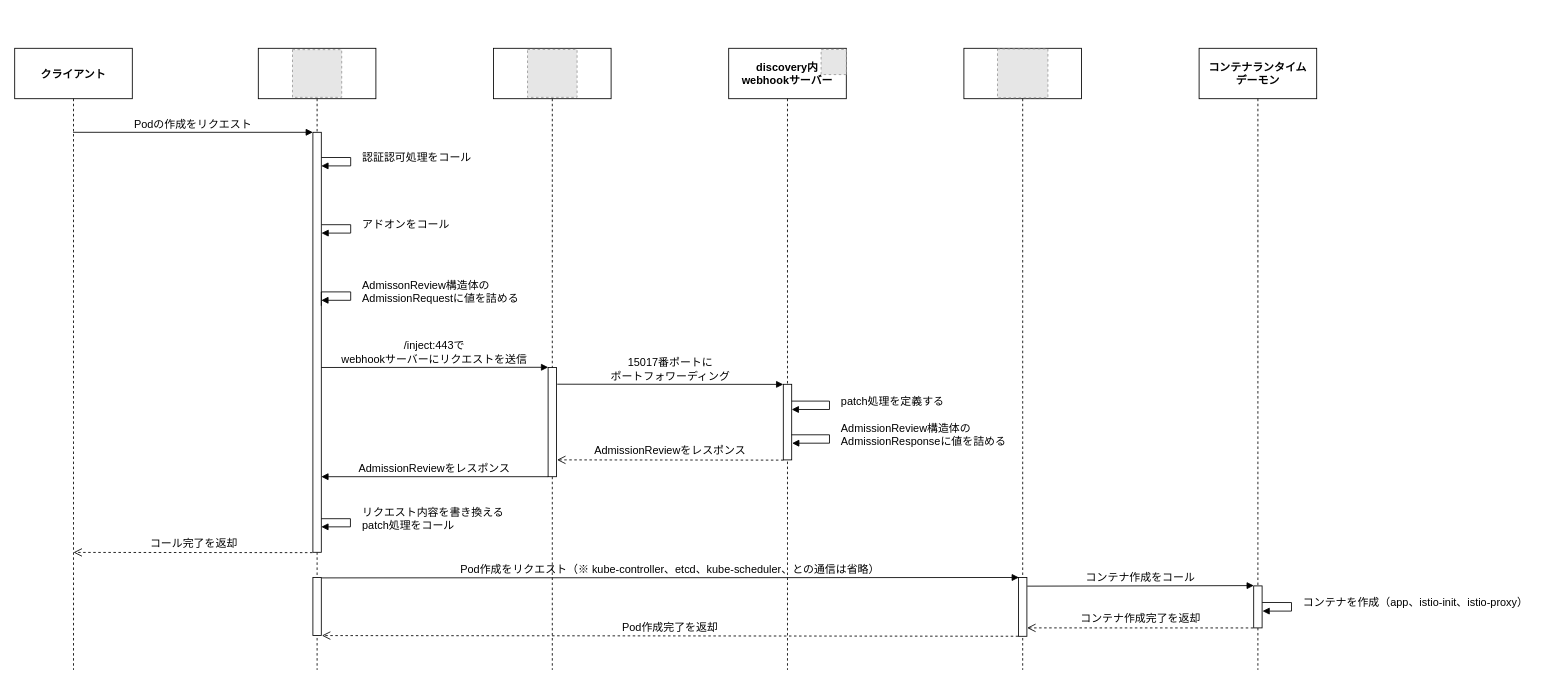
Above: page "istio_container-injection_flow" (4 of 4) of images/drawio/istio/service-mesh_layer.drawio in hiroki-it/tech-notebook_old (draw.io), before the change. Source tidied: cells renumbered, new cells numbered last; positions are measured from the earlier drawing's top-left corner, leaving out a move shared by most shapes. Both pictures are drawn from the tidied source at 84%, with x=0, y=0 at pixel (14, 48). Pictures stored in the file or linked from it are replaced by grey dashed boxes.
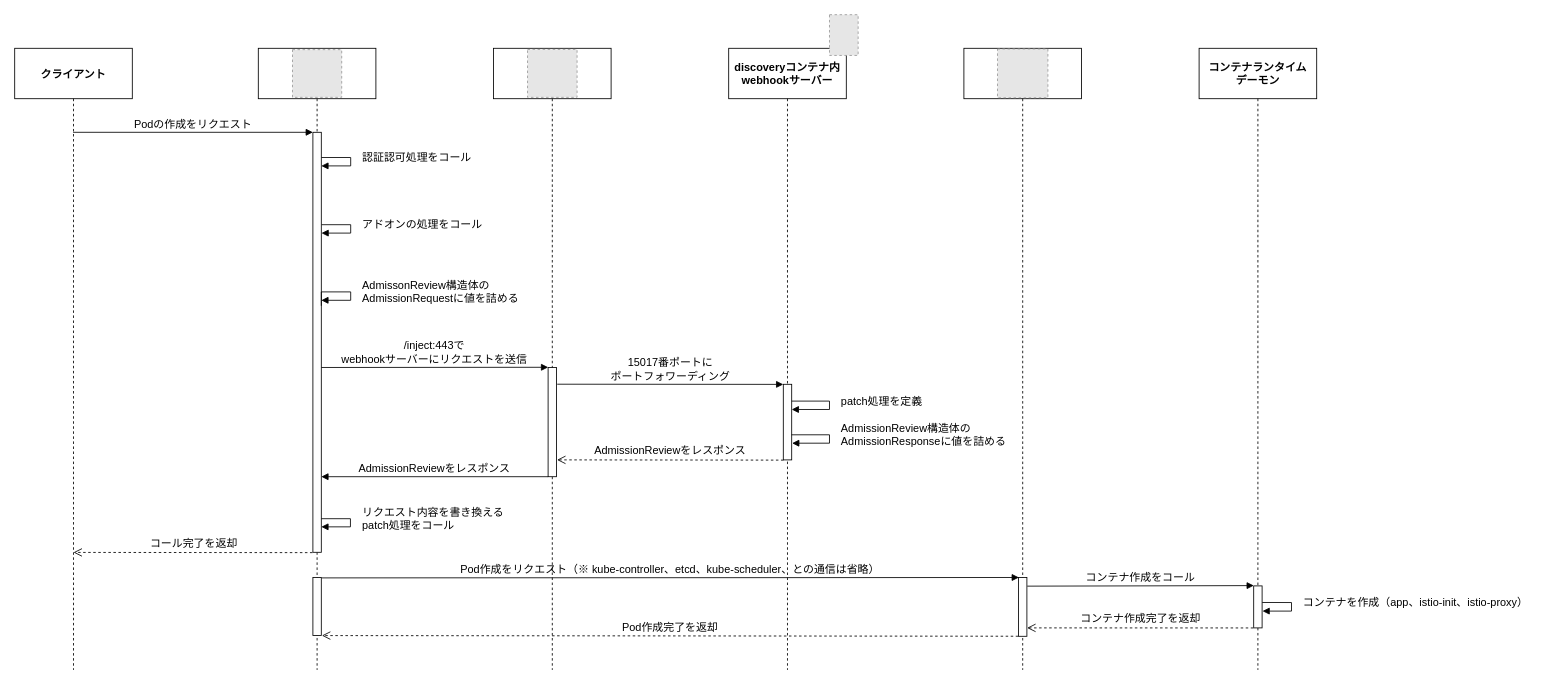
Above is the later version.

Unchanged cells that the change refers to:
```xml
<mxCell id="16" style="points=[];perimeter=orthogonalPerimeter;rounded=0;shadow=0;strokeWidth=1;labelBackgroundColor=none;fontSize=13;" parent="1" vertex="1">
  <mxGeometry x="355" y="100" width="10" height="500" as="geometry" />
</mxCell>
<mxCell id="24" style="points=[];perimeter=orthogonalPerimeter;rounded=0;shadow=0;strokeWidth=1;labelBackgroundColor=none;fontSize=13;" parent="1" vertex="1">
  <mxGeometry x="915" y="400" width="10" height="90" as="geometry" />
</mxCell>
```

The edit, as a diff of the source:
```diff
@@
-    <mxCell id="18" value="アドオンをコール" style="edgeStyle=orthogonalEdgeStyle;html=1;align=left;spacingLeft=2;endArrow=block;rounded=0;entryX=1.021;entryY=0.24;entryDx=0;entryDy=0;entryPerimeter=0;labelBackgroundColor=none;fontColor=default;exitX=1.036;exitY=0.22;exitDx=0;exitDy=0;exitPerimeter=0;fontSize=13;" parent="1" edge="1" source="16" target="16">
+    <mxCell id="18" value="アドオンの処理をコール" style="edgeStyle=orthogonalEdgeStyle;html=1;align=left;spacingLeft=2;endArrow=block;rounded=0;entryX=1.021;entryY=0.24;entryDx=0;entryDy=0;entryPerimeter=0;labelBackgroundColor=none;fontColor=default;exitX=1.036;exitY=0.22;exitDx=0;exitDy=0;exitPerimeter=0;fontSize=13;" parent="1" edge="1" source="16" target="16">
       <mxGeometry x="-0.13" y="10" relative="1" as="geometry">
         <Array as="points">
           <mxPoint x="400" y="210" />
           <mxPoint x="400" y="220" />
         </Array>
       </mxGeometry>
     </mxCell>
@@
-    <mxCell id="26" value="patch処理を定義する" style="edgeStyle=orthogonalEdgeStyle;html=1;align=left;spacingLeft=2;endArrow=block;rounded=0;labelBackgroundColor=none;fontColor=default;fontSize=13;" parent="1" edge="1" source="24">
+    <mxCell id="26" value="patch処理を定義" style="edgeStyle=orthogonalEdgeStyle;html=1;align=left;spacingLeft=2;endArrow=block;rounded=0;labelBackgroundColor=none;fontColor=default;fontSize=13;" parent="1" edge="1" source="24">
       <mxGeometry x="-0.1" y="10" relative="1" as="geometry">
         <mxPoint x="925" y="430" as="targetPoint" />
         <Array as="points">
           <mxPoint x="970" y="420" />
           <mxPoint x="970" y="430" />
         </Array>
       </mxGeometry>
     </mxCell>
@@
-    <mxCell id="34" style="fillColor=#E6E6E6;strokeColor=#999999;dashed=1;verticalLabelPosition=bottom;labelBackgroundColor=default;verticalAlign=top;" parent="1" vertex="1">
-      <mxGeometry x="960" y="1.3" width="30" height="30" as="geometry" />
-    </mxCell>
-    <mxCell id="35" value="&lt;b style=&quot;border-color: var(--border-color); font-size: 13px;&quot;&gt;&lt;b style=&quot;border-color: var(--border-color); font-size: 13px;&quot;&gt;&lt;font style=&quot;border-color: var(--border-color); font-size: 13px;&quot;&gt;discovery内&lt;/font&gt;&lt;/b&gt;&lt;br style=&quot;font-size: 13px;&quot;&gt;webhookサーバー&lt;/b&gt;&lt;b style=&quot;font-size: 13px;&quot;&gt;&lt;font style=&quot;font-size: 13px;&quot;&gt;&lt;br style=&quot;font-size: 13px;&quot;&gt;&lt;/font&gt;&lt;/b&gt;" style="text;whiteSpace=wrap;html=1;fontSize=13;align=center;verticalAlign=middle;fillColor=none;strokeColor=none;" parent="1" vertex="1">
+    <mxCell id="35" value="&lt;b style=&quot;border-color: var(--border-color); font-size: 13px;&quot;&gt;&lt;b style=&quot;border-color: var(--border-color); font-size: 13px;&quot;&gt;&lt;font style=&quot;border-color: var(--border-color); font-size: 13px;&quot;&gt;discoveryコンテナ内&lt;/font&gt;&lt;/b&gt;&lt;br style=&quot;font-size: 13px;&quot;&gt;webhookサーバー&lt;/b&gt;&lt;b style=&quot;font-size: 13px;&quot;&gt;&lt;font style=&quot;font-size: 13px;&quot;&gt;&lt;br style=&quot;font-size: 13px;&quot;&gt;&lt;/font&gt;&lt;/b&gt;" style="text;whiteSpace=wrap;html=1;fontSize=13;align=center;verticalAlign=middle;fillColor=none;strokeColor=none;" parent="1" vertex="1">
       <mxGeometry x="855" y="8.5" width="130" height="43" as="geometry" />
     </mxCell>
+    <mxCell id="36" style="fillColor=#E6E6E6;strokeColor=#999999;dashed=1;" parent="1" vertex="1">
+      <mxGeometry x="970" y="-40" width="34.1" height="48.5" as="geometry" />
+    </mxCell>
```
